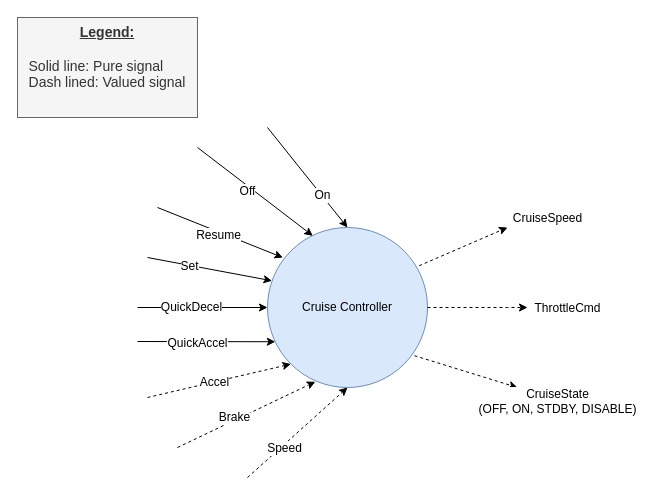
Earlier version of the draw.io diagram Diagrams/context_diagram.drawio (jacoballen4534/Cruise-Controller). Source tidied: cells renumbered, new cells numbered last; positions are measured from the earlier drawing's top-left corner, leaving out a move shared by most shapes. Both pictures are drawn from the tidied source at 100%, with x=0, y=0 at pixel (17, 17).
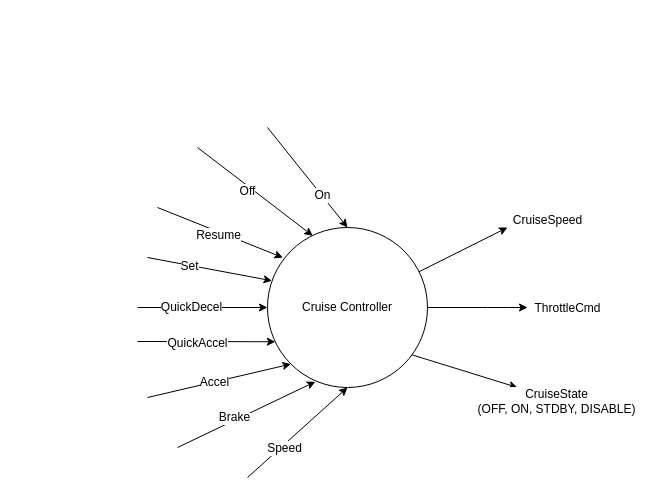
The same diagram, later.

Commit message (it also covers changes not shown here):
started refinement diagram

Diff of the diagram source:
```diff
@@
-    <mxCell id="2" value="Cruise Controller" style="ellipse;whiteSpace=wrap;html=1;fillColor=#dae8fc;strokeColor=#6c8ebf;" parent="1" vertex="1">
+    <mxCell id="2" value="Cruise Controller" style="ellipse;whiteSpace=wrap;html=1;" parent="1" vertex="1">
       <mxGeometry x="250" y="210" width="160" height="160" as="geometry" />
     </mxCell>
@@
-    <mxCell id="15" style="endArrow=classic;html=1;entryX=0;entryY=1;entryDx=0;entryDy=0;dashed=1;" parent="1" edge="1" target="2">
+    <mxCell id="15" style="endArrow=classic;html=1;entryX=0;entryY=1;entryDx=0;entryDy=0;" parent="1" edge="1" target="2">
       <mxGeometry relative="1" as="geometry">
         <mxPoint x="130" y="380" as="sourcePoint" />
       </mxGeometry>
     </mxCell>
@@
-    <mxCell id="17" style="endArrow=classic;html=1;entryX=0.299;entryY=0.964;entryDx=0;entryDy=0;entryPerimeter=0;dashed=1;" parent="1" edge="1" target="2">
+    <mxCell id="17" style="endArrow=classic;html=1;entryX=0.299;entryY=0.964;entryDx=0;entryDy=0;entryPerimeter=0;" parent="1" edge="1" target="2">
       <mxGeometry relative="1" as="geometry">
         <mxPoint x="160" y="430" as="sourcePoint" />
       </mxGeometry>
     </mxCell>
@@
-    <mxCell id="19" style="endArrow=classic;html=1;entryX=0.5;entryY=1;entryDx=0;entryDy=0;dashed=1;" parent="1" edge="1" target="2">
+    <mxCell id="19" style="endArrow=classic;html=1;entryX=0.5;entryY=1;entryDx=0;entryDy=0;" parent="1" edge="1" target="2">
       <mxGeometry relative="1" as="geometry">
         <mxPoint x="230" y="460" as="sourcePoint" />
       </mxGeometry>
     </mxCell>
@@
-    <mxCell id="21" value="&lt;font style=&quot;font-size: 14px&quot;&gt;&lt;u&gt;Legend:&lt;/u&gt;&lt;br&gt;&lt;br&gt;&lt;/font&gt;&lt;div style=&quot;font-size: 14px&quot;&gt;&lt;div style=&quot;text-align: left&quot;&gt;&lt;span style=&quot;font-weight: 400&quot;&gt;&lt;font style=&quot;font-size: 14px&quot;&gt;Solid line: Pure signal&lt;/font&gt;&lt;/span&gt;&lt;/div&gt;&lt;span style=&quot;font-weight: 400&quot;&gt;&lt;font style=&quot;font-size: 14px&quot;&gt;&lt;div style=&quot;text-align: left&quot;&gt;&lt;span&gt;Dash lined: Valued signal&lt;/span&gt;&lt;/div&gt;&lt;/font&gt;&lt;/span&gt;&lt;/div&gt;" style="rounded=0;whiteSpace=wrap;html=1;verticalAlign=top;fontStyle=1;fillColor=#f5f5f5;strokeColor=#666666;fontColor=#333333;" parent="1" vertex="1">
-      <mxGeometry width="180" height="100" as="geometry" />
-    </mxCell>
-    <mxCell id="22" style="endArrow=classic;html=1;dashed=1;exitX=0.948;exitY=0.239;exitDx=0;exitDy=0;exitPerimeter=0;" parent="1" edge="1" source="2">
+    <mxCell id="22" style="endArrow=classic;html=1;" parent="1" edge="1" source="2">
       <mxGeometry relative="1" as="geometry">
         <mxPoint x="490" y="210" as="targetPoint" />
       </mxGeometry>
     </mxCell>
@@
-    <mxCell id="24" style="endArrow=classic;html=1;dashed=1;exitX=1;exitY=0.5;exitDx=0;exitDy=0;" parent="1" edge="1" source="2">
+    <mxCell id="24" style="endArrow=classic;html=1;exitX=1;exitY=0.5;exitDx=0;exitDy=0;" parent="1" edge="1" source="2">
       <mxGeometry relative="1" as="geometry">
         <mxPoint x="510" y="290" as="targetPoint" />
         <Array as="points">
           <mxPoint x="480" y="290" />
         </Array>
       </mxGeometry>
     </mxCell>
@@
-    <mxCell id="26" style="endArrow=classic;html=1;dashed=1;exitX=0.948;exitY=0.239;exitDx=0;exitDy=0;exitPerimeter=0;" parent="1" edge="1">
+    <mxCell id="26" style="endArrow=classic;html=1;exitX=0.904;exitY=0.796;exitDx=0;exitDy=0;exitPerimeter=0;" parent="1" edge="1" source="2">
       <mxGeometry relative="1" as="geometry">
-        <mxPoint x="397" y="338.2" as="sourcePoint" />
         <mxPoint x="500" y="370" as="targetPoint" />
       </mxGeometry>
     </mxCell>
```
